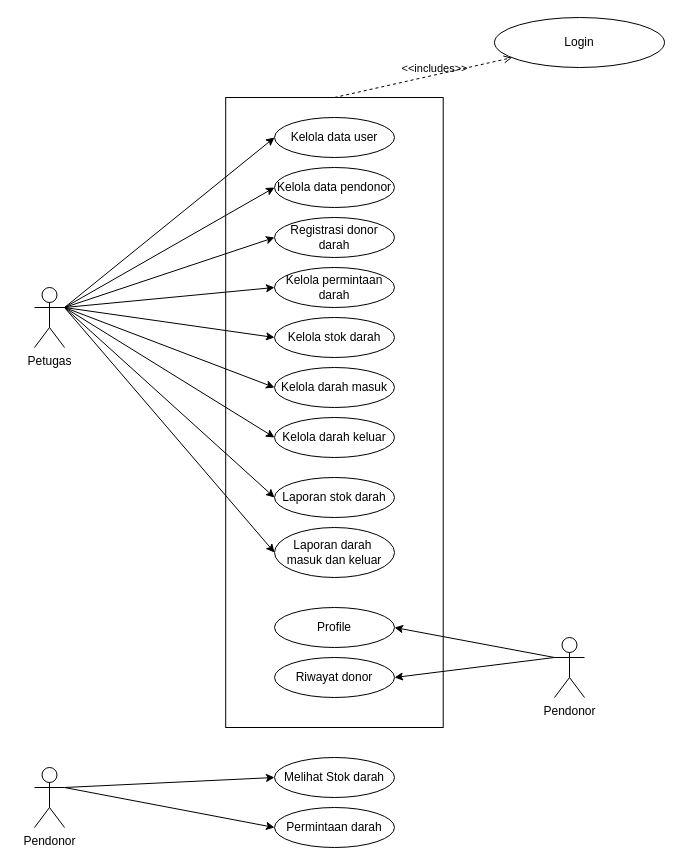
Above: Untitled Diagram.drawio in afdikomayte/UDD-PMI-blood-donation-service (draw.io), before the change. Source tidied: cells renumbered, new cells numbered last; positions are measured from the earlier drawing's top-left corner, leaving out a move shared by most shapes. Both pictures are drawn from the tidied source at 100%, with x=0, y=0 at pixel (34, 17).
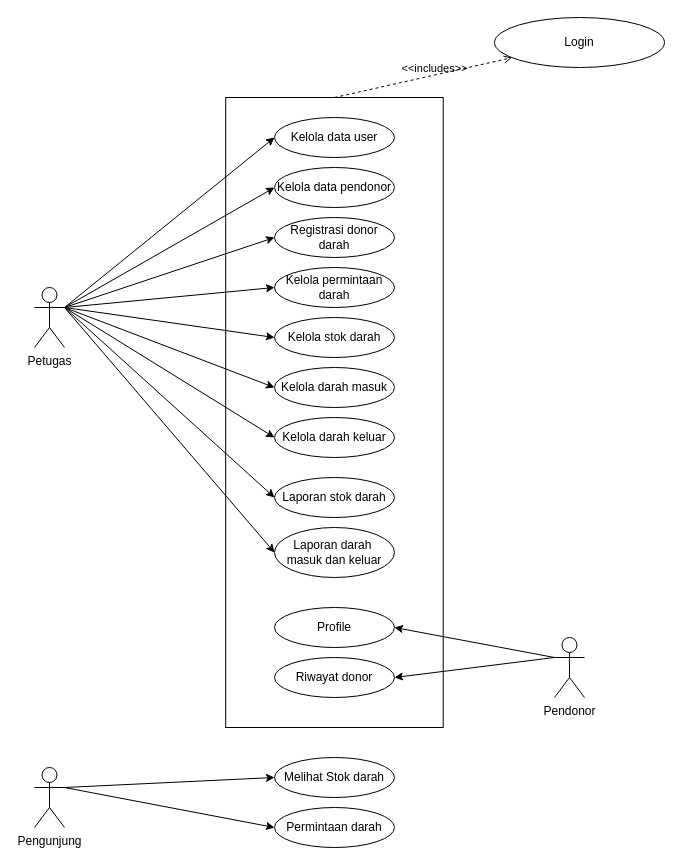
The same diagram, later.

The edit, as a diff of the source:
```diff
@@
-    <mxCell id="30" value="Pendonor" style="shape=umlActor;verticalLabelPosition=bottom;verticalAlign=top;html=1;outlineConnect=0;" parent="1" vertex="1">
+    <mxCell id="30" value="Pengunjung" style="shape=umlActor;verticalLabelPosition=bottom;verticalAlign=top;html=1;outlineConnect=0;" parent="1" vertex="1">
       <mxGeometry y="750" width="30" height="60" as="geometry" />
     </mxCell>
```
